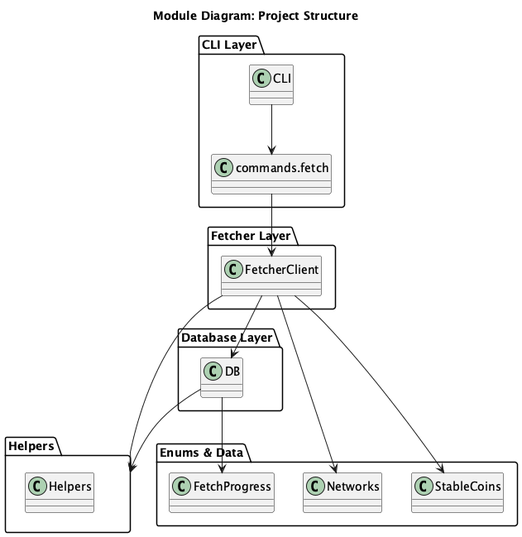
This is report/figures/module_diagram.png from celilozknn/CMPE492-Project, a PlantUML export, as it was before one commit.
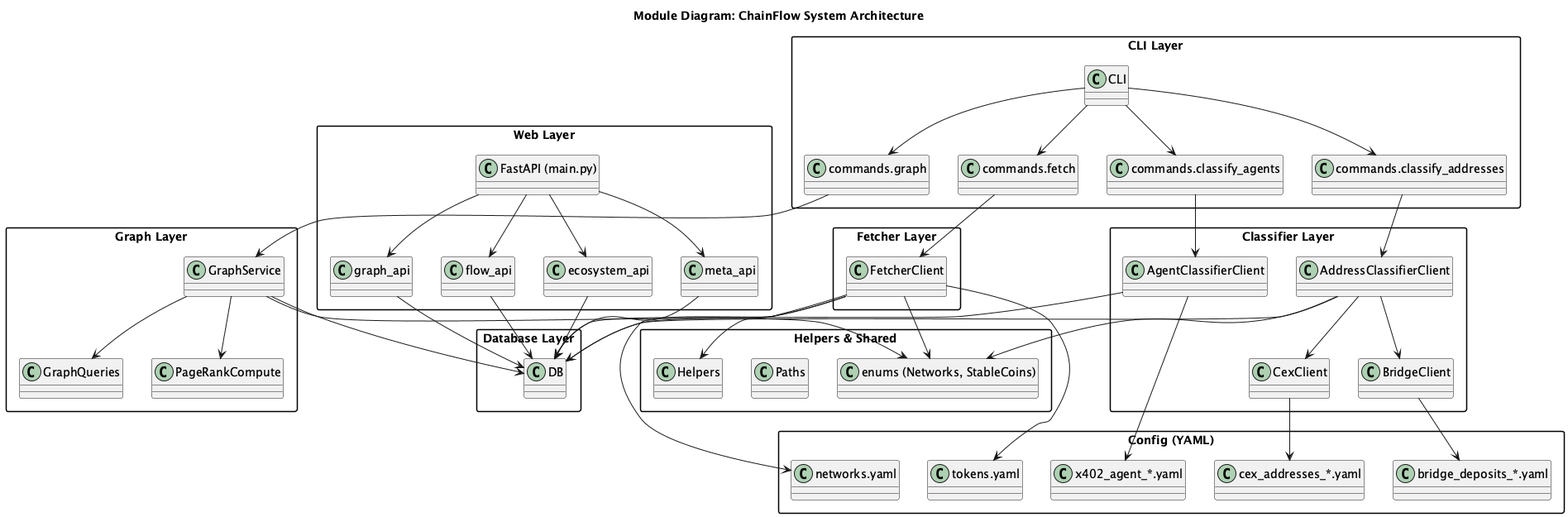
After the commit.

Diff of the diagram source:
```diff
@@ -1,36 +1,99 @@
 @startuml
-title Module Diagram: Project Structure
+title Module Diagram: ChainFlow System Architecture
+
+skinparam packageStyle rectangle
 
 package "CLI Layer" {
     class CLI
-    class "commands.fetch" as FetchCommand
+    class "commands.fetch" as FetchCmd
+    class "commands.classify_addresses" as ClassifyCmd
+    class "commands.classify_agents" as AgentsCmd
+    class "commands.graph" as GraphCmd
 }
 
 package "Fetcher Layer" {
     class FetcherClient
 }
 
+package "Classifier Layer" {
+    class AddressClassifierClient
+    class CexClient
+    class BridgeClient
+    class AgentClassifierClient
+}
+
+package "Graph Layer" {
+    class GraphService
+    class PageRankCompute
+    class GraphQueries
+}
+
+package "Web Layer" {
+    class "FastAPI (main.py)" as FastAPI
+    class "graph_api" as GraphAPI
+    class "flow_api" as FlowAPI
+    class "ecosystem_api" as EcosystemAPI
+    class "meta_api" as MetaAPI
+}
+
 package "Database Layer" {
     class DB
 }
 
-package "Helpers" {
+package "Helpers & Shared" {
     class Helpers
+    class Paths
+    class "enums (Networks, StableCoins)" as Enums
 }
 
-package "Enums & Data" {
-    class Networks
-    class StableCoins
-    class FetchProgress
+package "Config (YAML)" {
+    class "networks.yaml" as NetCfg
+    class "tokens.yaml" as TokCfg
+    class "cex_addresses_*.yaml" as CexCfg
+    class "bridge_deposits_*.yaml" as BridgeCfg
+    class "x402_agent_*.yaml" as X402Cfg
 }
 
-CLI --> FetchCommand
-FetchCommand --> FetcherClient
+CLI --> FetchCmd
+CLI --> ClassifyCmd
+CLI --> AgentsCmd
+CLI --> GraphCmd
+
+FetchCmd --> FetcherClient
 FetcherClient --> DB
 FetcherClient --> Helpers
-DB --> Helpers
-FetcherClient --> Networks
-FetcherClient --> StableCoins
-DB --> FetchProgress
+
+ClassifyCmd --> AddressClassifierClient
+AddressClassifierClient --> CexClient
+AddressClassifierClient --> BridgeClient
+AgentsCmd --> AgentClassifierClient
+
+CexClient --> CexCfg
+BridgeClient --> BridgeCfg
+AgentClassifierClient --> X402Cfg
+FetcherClient --> NetCfg
+FetcherClient --> TokCfg
+
+GraphCmd --> GraphService
+GraphService --> PageRankCompute
+GraphService --> GraphQueries
+GraphService --> DB
+
+AddressClassifierClient --> DB
+AgentClassifierClient --> DB
+
+FastAPI --> GraphAPI
+FastAPI --> FlowAPI
+FastAPI --> EcosystemAPI
+FastAPI --> MetaAPI
+
+GraphAPI --> DB
+FlowAPI --> DB
+EcosystemAPI --> DB
+MetaAPI --> DB
+
+FetcherClient --> Enums
+AddressClassifierClient --> Enums
+GraphService --> Enums
 
 @enduml
```
